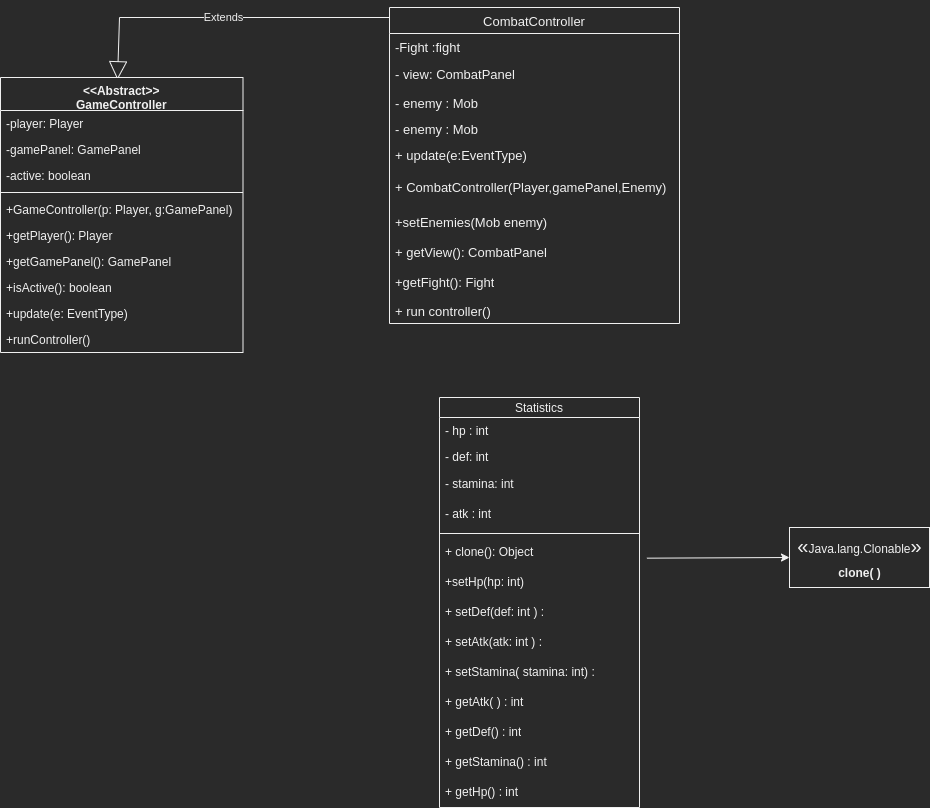
Above: log/diagrams/UML/Alessia/task_alessia.drawio.png in weiss25r/Progetto-ISS-2022-2023 (draw.io), before the change. Source tidied: cells renumbered, new cells last; positions are measured from the earlier drawing's top-left corner, leaving out a move shared by most shapes.
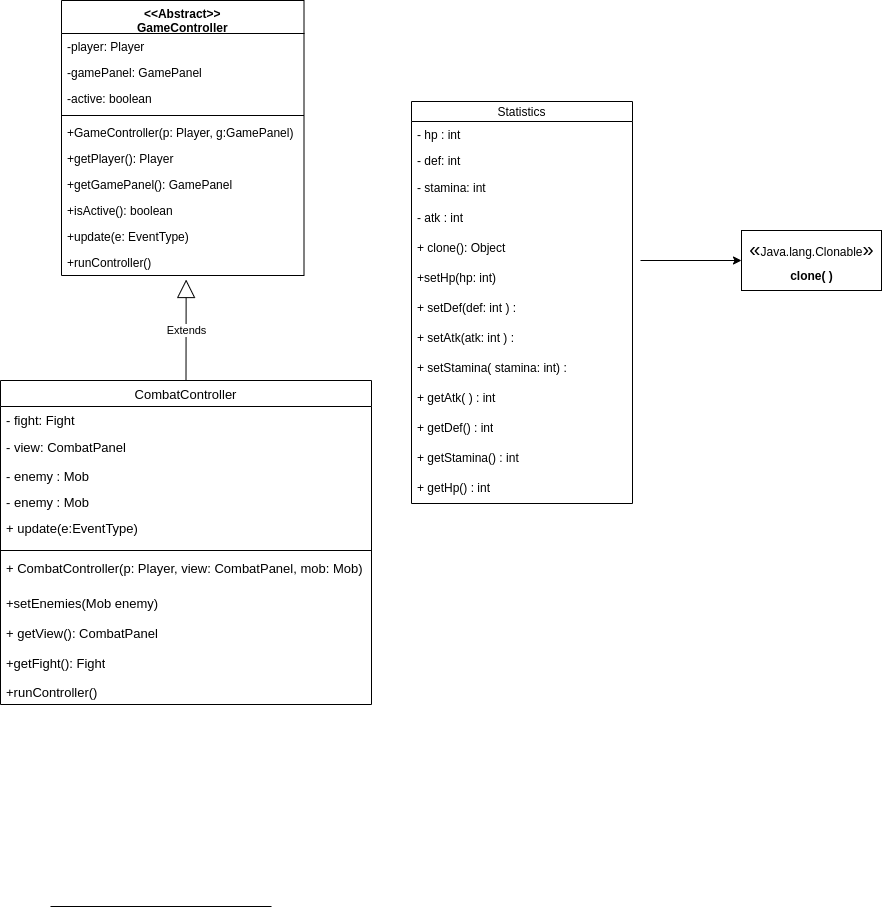
The same file after the commit.

Change to the diagram source:
```diff
@@ -3,100 +3,93 @@
     <mxCell id="0" />
     <mxCell id="1" parent="0" />
     <mxCell id="2" value="CombatController" style="swimlane;fontStyle=0;horizontal=1;startSize=26;fillColor=none;fontSize=13;" parent="1" vertex="1">
-      <mxGeometry x="389" width="290" height="316" as="geometry" />
+      <mxGeometry x="1298" y="1600" width="371" height="324" as="geometry" />
     </mxCell>
-    <mxCell id="3" value="-Fight :fight" style="text;strokeColor=none;fillColor=none;align=left;verticalAlign=top;spacingLeft=4;spacingRight=4;overflow=hidden;fontSize=13;" parent="2" vertex="1">
-      <mxGeometry y="26" width="290" height="26" as="geometry" />
-    </mxCell>
+    <mxCell id="42" value="- fight: Fight" style="text;strokeColor=none;fillColor=none;align=left;verticalAlign=top;spacingLeft=4;spacingRight=4;overflow=hidden;fontSize=13;" parent="2" vertex="1">
+      <mxGeometry y="26" width="371" height="26" as="geometry" />
+    </mxCell>
     <mxCell id="4" value="- view: CombatPanel" style="text;strokeColor=none;fillColor=none;align=left;verticalAlign=middle;spacingLeft=4;spacingRight=4;overflow=hidden;whiteSpace=wrap;html=1;fontSize=13;" parent="2" vertex="1">
-      <mxGeometry y="52" width="290" height="30" as="geometry" />
+      <mxGeometry y="52" width="371" height="30" as="geometry" />
     </mxCell>
-    <mxCell id="5" value="- enemy : Mob" style="text;strokeColor=none;fillColor=none;align=left;verticalAlign=top;spacingLeft=4;spacingRight=4;overflow=hidden;fontSize=13;" parent="2" vertex="1">
-      <mxGeometry y="82" width="290" height="26" as="geometry" />
-    </mxCell>
-    <mxCell id="6" value="- enemy : Mob" style="text;strokeColor=none;fillColor=none;align=left;verticalAlign=top;spacingLeft=4;spacingRight=4;overflow=hidden;fontSize=13;" parent="2" vertex="1">
-      <mxGeometry y="108" width="290" height="26" as="geometry" />
-    </mxCell>
+    <mxCell id="43" value="- enemy : Mob" style="text;strokeColor=none;fillColor=none;align=left;verticalAlign=top;spacingLeft=4;spacingRight=4;overflow=hidden;fontSize=13;" parent="2" vertex="1">
+      <mxGeometry y="82" width="371" height="26" as="geometry" />
+    </mxCell>
+    <mxCell id="44" value="- enemy : Mob" style="text;strokeColor=none;fillColor=none;align=left;verticalAlign=top;spacingLeft=4;spacingRight=4;overflow=hidden;fontSize=13;" parent="2" vertex="1">
+      <mxGeometry y="108" width="371" height="26" as="geometry" />
+    </mxCell>
     <mxCell id="7" value="+ update(e:EventType)" style="text;strokeColor=none;fillColor=none;align=left;verticalAlign=top;spacingLeft=4;spacingRight=4;overflow=hidden;fontSize=13;" parent="2" vertex="1">
-      <mxGeometry y="134" width="290" height="32" as="geometry" />
+      <mxGeometry y="134" width="371" height="32" as="geometry" />
     </mxCell>
-    <mxCell id="8" value="+ CombatController(Player,gamePanel,Enemy)" style="text;strokeColor=none;fillColor=none;align=left;verticalAlign=top;spacingLeft=4;spacingRight=4;overflow=hidden;fontSize=13;" parent="2" vertex="1">
-      <mxGeometry y="166" width="290" height="34" as="geometry" />
-    </mxCell>
+    <mxCell id="45" style="line;strokeWidth=1;fillColor=none;align=left;verticalAlign=middle;spacingTop=-1;spacingLeft=3;spacingRight=3;labelPosition=right;strokeColor=inherit;" parent="2" vertex="1">
+      <mxGeometry y="166" width="371" height="8" as="geometry" />
+    </mxCell>
+    <mxCell id="46" value="+ CombatController(p: Player, view: CombatPanel, mob: Mob)" style="text;strokeColor=none;fillColor=none;align=left;verticalAlign=top;spacingLeft=4;spacingRight=4;overflow=hidden;fontSize=13;" parent="2" vertex="1">
+      <mxGeometry y="174" width="371" height="34" as="geometry" />
+    </mxCell>
     <mxCell id="9" value="+setEnemies(Mob enemy)" style="text;strokeColor=none;fillColor=none;align=left;verticalAlign=middle;spacingLeft=4;spacingRight=4;overflow=hidden;whiteSpace=wrap;html=1;fontSize=13;" parent="2" vertex="1">
-      <mxGeometry y="200" width="290" height="30" as="geometry" />
+      <mxGeometry y="208" width="371" height="30" as="geometry" />
     </mxCell>
     <mxCell id="10" value="+ getView(): CombatPanel" style="text;strokeColor=none;fillColor=none;align=left;verticalAlign=middle;spacingLeft=4;spacingRight=4;overflow=hidden;whiteSpace=wrap;html=1;fontSize=13;" parent="2" vertex="1">
-      <mxGeometry y="230" width="290" height="30" as="geometry" />
+      <mxGeometry y="238" width="371" height="30" as="geometry" />
     </mxCell>
     <mxCell id="11" value="+getFight(): Fight" style="text;strokeColor=none;fillColor=none;align=left;verticalAlign=middle;spacingLeft=4;spacingRight=4;overflow=hidden;whiteSpace=wrap;html=1;fontSize=13;" parent="2" vertex="1">
-      <mxGeometry y="260" width="290" height="30" as="geometry" />
+      <mxGeometry y="268" width="371" height="30" as="geometry" />
     </mxCell>
-    <mxCell id="12" value="+ run controller()" style="text;strokeColor=none;fillColor=none;align=left;verticalAlign=top;spacingLeft=4;spacingRight=4;overflow=hidden;fontSize=13;" parent="2" vertex="1">
-      <mxGeometry y="290" width="290" height="26" as="geometry" />
-    </mxCell>
-    <mxCell id="13" value="Extends" style="endArrow=block;endSize=16;endFill=0;html=1;rounded=0;entryX=0.574;entryY=-0.053;entryDx=0;entryDy=0;entryPerimeter=0;" parent="1" edge="1">
-      <mxGeometry relative="1" as="geometry">
-        <mxPoint x="389" y="10" as="sourcePoint" />
-        <mxPoint x="117" y="72.3" as="targetPoint" />
-        <Array as="points">
-          <mxPoint x="119" y="10" />
-        </Array>
-      </mxGeometry>
-    </mxCell>
+    <mxCell id="47" value="+runController()" style="text;strokeColor=none;fillColor=none;align=left;verticalAlign=top;spacingLeft=4;spacingRight=4;overflow=hidden;fontSize=13;" parent="2" vertex="1">
+      <mxGeometry y="298" width="371" height="26" as="geometry" />
+    </mxCell>
     <mxCell id="14" value="Statistics" style="swimlane;fontStyle=0;horizontal=1;startSize=20;fillColor=none;" parent="1" vertex="1">
-      <mxGeometry x="439" y="390" width="200" height="410" as="geometry" />
+      <mxGeometry x="1709" y="1321" width="221" height="402" as="geometry" />
     </mxCell>
     <mxCell id="15" value="- hp : int" style="text;strokeColor=none;fillColor=none;align=left;verticalAlign=top;spacingLeft=4;spacingRight=4;overflow=hidden;" parent="14" vertex="1">
-      <mxGeometry y="20" width="200" height="26" as="geometry" />
+      <mxGeometry y="20" width="221" height="26" as="geometry" />
     </mxCell>
     <mxCell id="16" value="- def: int" style="text;strokeColor=none;fillColor=none;align=left;verticalAlign=top;spacingLeft=4;spacingRight=4;overflow=hidden;" parent="14" vertex="1">
-      <mxGeometry y="46" width="200" height="26" as="geometry" />
+      <mxGeometry y="46" width="221" height="26" as="geometry" />
     </mxCell>
     <mxCell id="17" value="- stamina: int" style="text;strokeColor=none;fillColor=none;align=left;verticalAlign=middle;spacingLeft=4;spacingRight=4;overflow=hidden;whiteSpace=wrap;html=1;" parent="14" vertex="1">
-      <mxGeometry y="72" width="200" height="30" as="geometry" />
+      <mxGeometry y="72" width="221" height="30" as="geometry" />
     </mxCell>
     <mxCell id="18" value="- atk : int" style="text;strokeColor=none;fillColor=none;align=left;verticalAlign=middle;spacingLeft=4;spacingRight=4;overflow=hidden;whiteSpace=wrap;html=1;" parent="14" vertex="1">
-      <mxGeometry y="102" width="200" height="30" as="geometry" />
+      <mxGeometry y="102" width="221" height="30" as="geometry" />
     </mxCell>
-    <mxCell id="19" style="line;strokeWidth=1;fillColor=none;align=left;verticalAlign=middle;spacingTop=-1;spacingLeft=3;spacingRight=3;labelPosition=right;strokeColor=inherit;" parent="14" vertex="1">
-      <mxGeometry y="132" width="200" height="8" as="geometry" />
-    </mxCell>
     <mxCell id="20" value="+ clone(): Object&amp;nbsp;" style="text;strokeColor=none;fillColor=none;align=left;verticalAlign=middle;spacingLeft=4;spacingRight=4;overflow=hidden;points=[[0,0.5],[1,0.5]];portConstraint=eastwest;whiteSpace=wrap;html=1;" parent="14" vertex="1">
-      <mxGeometry y="140" width="200" height="30" as="geometry" />
+      <mxGeometry y="132" width="221" height="30" as="geometry" />
     </mxCell>
     <mxCell id="21" value="+setHp(hp: int)" style="text;strokeColor=none;fillColor=none;align=left;verticalAlign=middle;spacingLeft=4;spacingRight=4;overflow=hidden;whiteSpace=wrap;html=1;" parent="14" vertex="1">
-      <mxGeometry y="170" width="200" height="30" as="geometry" />
+      <mxGeometry y="162" width="221" height="30" as="geometry" />
     </mxCell>
     <mxCell id="22" value="+ setDef(def: int ) :&amp;nbsp;" style="text;strokeColor=none;fillColor=none;align=left;verticalAlign=middle;spacingLeft=4;spacingRight=4;overflow=hidden;whiteSpace=wrap;html=1;" parent="14" vertex="1">
-      <mxGeometry y="200" width="200" height="30" as="geometry" />
+      <mxGeometry y="192" width="221" height="30" as="geometry" />
     </mxCell>
     <mxCell id="23" value="+ setAtk(atk: int ) :&amp;nbsp;&amp;nbsp;" style="text;strokeColor=none;fillColor=none;align=left;verticalAlign=middle;spacingLeft=4;spacingRight=4;overflow=hidden;whiteSpace=wrap;html=1;" parent="14" vertex="1">
-      <mxGeometry y="230" width="200" height="30" as="geometry" />
+      <mxGeometry y="222" width="221" height="30" as="geometry" />
     </mxCell>
     <mxCell id="24" value="+ setStamina( stamina: int) :&amp;nbsp;&amp;nbsp;" style="text;strokeColor=none;fillColor=none;align=left;verticalAlign=middle;spacingLeft=4;spacingRight=4;overflow=hidden;whiteSpace=wrap;html=1;" parent="14" vertex="1">
-      <mxGeometry y="260" width="200" height="30" as="geometry" />
+      <mxGeometry y="252" width="221" height="30" as="geometry" />
     </mxCell>
     <mxCell id="25" value="+ getAtk( ) : int&amp;nbsp;&amp;nbsp;" style="text;strokeColor=none;fillColor=none;align=left;verticalAlign=middle;spacingLeft=4;spacingRight=4;overflow=hidden;whiteSpace=wrap;html=1;" parent="14" vertex="1">
-      <mxGeometry y="290" width="200" height="30" as="geometry" />
+      <mxGeometry y="282" width="221" height="30" as="geometry" />
     </mxCell>
     <mxCell id="26" value="+ getDef() : int" style="text;strokeColor=none;fillColor=none;align=left;verticalAlign=middle;spacingLeft=4;spacingRight=4;overflow=hidden;whiteSpace=wrap;html=1;" parent="14" vertex="1">
-      <mxGeometry y="320" width="200" height="30" as="geometry" />
+      <mxGeometry y="312" width="221" height="30" as="geometry" />
     </mxCell>
     <mxCell id="27" value="+ getStamina() : int" style="text;strokeColor=none;fillColor=none;align=left;verticalAlign=middle;spacingLeft=4;spacingRight=4;overflow=hidden;whiteSpace=wrap;html=1;" parent="14" vertex="1">
-      <mxGeometry y="350" width="200" height="30" as="geometry" />
+      <mxGeometry y="342" width="221" height="30" as="geometry" />
     </mxCell>
     <mxCell id="28" value="+ getHp() : int" style="text;strokeColor=none;fillColor=none;align=left;verticalAlign=middle;spacingLeft=4;spacingRight=4;overflow=hidden;whiteSpace=wrap;html=1;" parent="14" vertex="1">
-      <mxGeometry y="380" width="200" height="30" as="geometry" />
+      <mxGeometry y="372" width="221" height="30" as="geometry" />
     </mxCell>
     <mxCell id="29" value="«&lt;span style=&quot;font-size: 12px;&quot;&gt;Java.lang.Clonable&lt;/span&gt;»&lt;br&gt;&lt;span style=&quot;font-size: 12px;&quot;&gt;&lt;b&gt;clone( )&lt;/b&gt;&lt;/span&gt;" style="html=1;fontSize=20;" parent="1" vertex="1">
-      <mxGeometry x="789" y="520" width="140" height="60" as="geometry" />
+      <mxGeometry x="2039" y="1450" width="140" height="60" as="geometry" />
     </mxCell>
-    <mxCell id="30" style="endArrow=classic;html=1;rounded=0;entryX=0;entryY=0.5;entryDx=0;entryDy=0;exitX=1.037;exitY=0.689;exitDx=0;exitDy=0;exitPerimeter=0;" parent="1" edge="1" source="20" target="29">
-      <mxGeometry relative="1" as="geometry" />
-    </mxCell>
+    <mxCell id="48" style="endArrow=classic;html=1;rounded=0;entryX=0;entryY=0.5;entryDx=0;entryDy=0;" parent="1" edge="1" target="29">
+      <mxGeometry relative="1" as="geometry">
+        <mxPoint x="1938" y="1480" as="sourcePoint" />
+      </mxGeometry>
+    </mxCell>
     <mxCell id="31" value="&lt;&lt;Abstract&gt;&gt;&#10;GameController" style="swimlane;fontStyle=1;align=center;verticalAlign=top;horizontal=1;startSize=33;" parent="1" vertex="1">
-      <mxGeometry y="70" width="242.5" height="275" as="geometry" />
+      <mxGeometry x="1359" y="1220" width="242.5" height="275" as="geometry" />
     </mxCell>
     <mxCell id="32" value="-player: Player" style="text;strokeColor=none;fillColor=none;align=left;verticalAlign=top;spacingLeft=4;spacingRight=4;overflow=hidden;" parent="31" vertex="1">
       <mxGeometry y="33" width="242.5" height="26" as="geometry" />
@@ -128,5 +121,11 @@
     <mxCell id="41" value="+runController()" style="text;strokeColor=none;fillColor=none;align=left;verticalAlign=top;spacingLeft=4;spacingRight=4;overflow=hidden;points=[[0,0.5],[1,0.5]];portConstraint=eastwest;" parent="31" vertex="1">
       <mxGeometry y="249" width="242.5" height="26" as="geometry" />
     </mxCell>
+    <mxCell id="49" style="line;strokeWidth=1;fillColor=none;align=left;verticalAlign=middle;spacingTop=-1;spacingLeft=3;spacingRight=3;labelPosition=right;strokeColor=inherit;" parent="1" vertex="1">
+      <mxGeometry x="1348" y="2122" width="221" height="8" as="geometry" />
+    </mxCell>
+    <mxCell id="13" value="Extends" style="endArrow=block;endSize=16;endFill=0;html=1;rounded=0;entryX=0.514;entryY=1.154;entryDx=0;entryDy=0;entryPerimeter=0;exitX=0.5;exitY=0;exitDx=0;exitDy=0;" parent="1" edge="1" source="2" target="41">
+      <mxGeometry relative="1" as="geometry" />
+    </mxCell>
   </root>
 </mxGraphModel>
```
